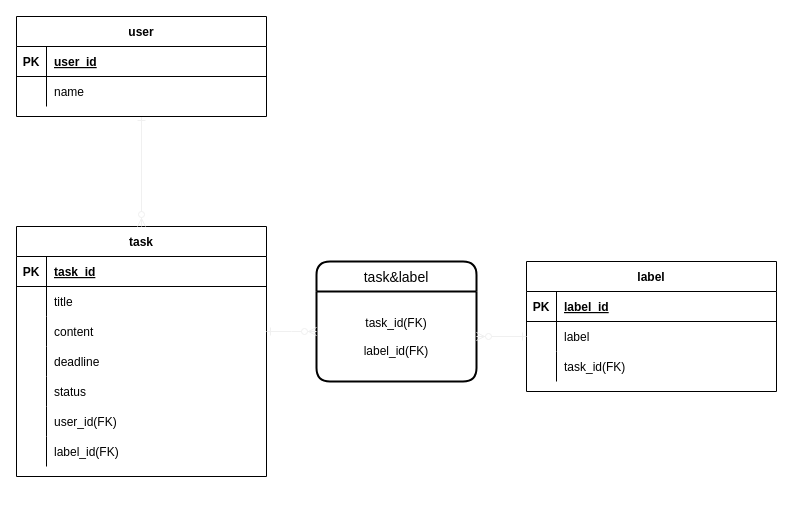
Above: 万葉step1.drawio in shimta020/DIC_manyou (draw.io), before the change. Source tidied: cells renumbered, new cells numbered last; positions are measured from the earlier drawing's top-left corner, leaving out a move shared by most shapes. Both pictures are drawn from the tidied source at 100%, with x=0, y=0 at pixel (16, 16).
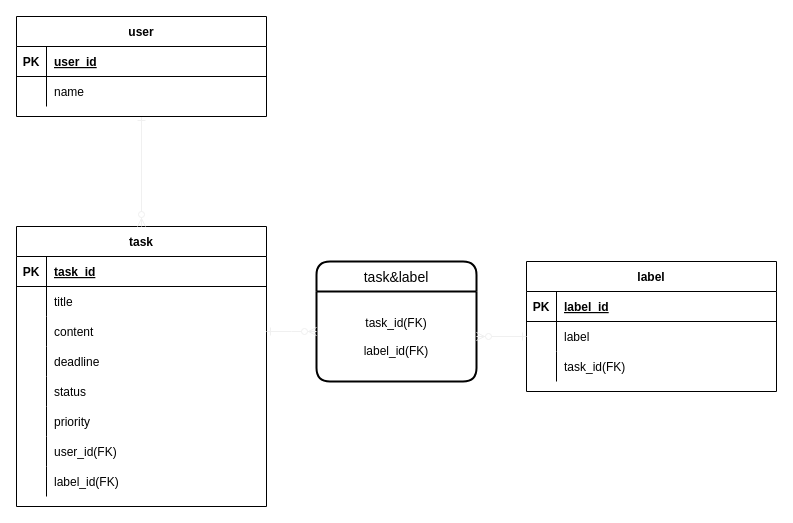
Above is the later version.

What changed in the source:
```diff
@@
     <mxCell id="2" value="task" style="shape=table;startSize=30;childLayout=tableLayout;rowLines=0;fontStyle=1;align=center;" parent="1" vertex="1">
-      <mxGeometry y="210" width="250" height="250" as="geometry" />
+      <mxGeometry y="210" width="250" height="280" as="geometry" />
     </mxCell>
@@
+    <mxCell id="46" style="shape=partialRectangle;fillColor=none;top=0;left=0;right=0;bottom=0;" parent="2" vertex="1">
+      <mxGeometry y="180" width="250" height="30" as="geometry" />
+    </mxCell>
+    <mxCell id="47" style="shape=partialRectangle;overflow=hidden;fillColor=none;top=0;left=0;bottom=0;right=0;" parent="46" vertex="1">
+      <mxGeometry width="30" height="30" as="geometry" />
+    </mxCell>
+    <mxCell id="48" value="priority" style="shape=partialRectangle;overflow=hidden;fillColor=none;top=0;left=0;bottom=0;right=0;align=left;spacingLeft=6;" parent="46" vertex="1">
+      <mxGeometry x="30" width="220" height="30" as="geometry" />
+    </mxCell>
     <mxCell id="18" style="shape=partialRectangle;fillColor=none;top=0;left=0;right=0;bottom=0;" parent="2" vertex="1">
-      <mxGeometry y="180" width="250" height="30" as="geometry" />
+      <mxGeometry y="210" width="250" height="30" as="geometry" />
     </mxCell>
@@
     <mxCell id="21" style="shape=partialRectangle;fillColor=none;top=0;left=0;right=0;bottom=0;" parent="2" vertex="1">
-      <mxGeometry y="210" width="250" height="30" as="geometry" />
+      <mxGeometry y="240" width="250" height="30" as="geometry" />
     </mxCell>
```
